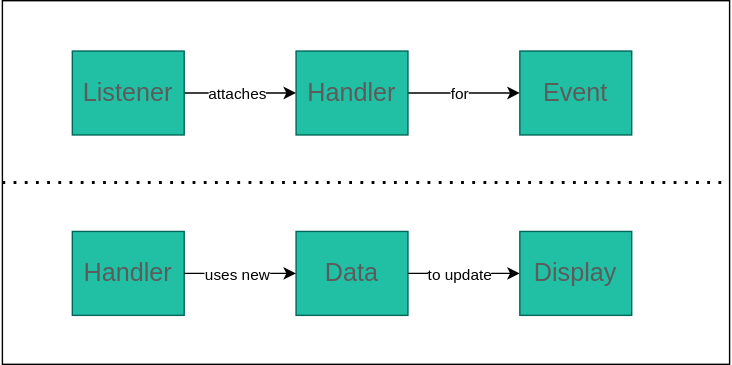
mayowa-aji/SENG-LIVE-112122-Phase-1-JS keeps this draw.io diagram as 03_DOM_Events/assets/event-handling-2.drawio.svg. Above is the earlier version. Source tidied: cells renumbered, new cells last; positions are measured from the earlier drawing's top-left corner, leaving out a move shared by most shapes.
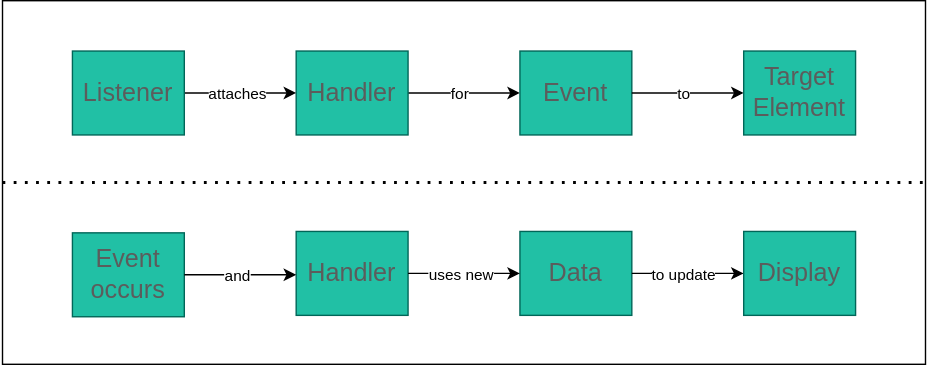
Above is the later version.

Diff of the diagram source:
```diff
@@ -3,7 +3,7 @@
     <mxCell id="0" />
     <mxCell id="1" value="Behind" parent="0" />
     <mxCell id="2" style="rounded=0;whiteSpace=wrap;html=1;sketch=0;fontSize=16;" parent="1" vertex="1">
-      <mxGeometry width="520" height="260" as="geometry" />
+      <mxGeometry width="660" height="260" as="geometry" />
     </mxCell>
     <mxCell id="3" style="edgeStyle=none;html=1;" parent="1" edge="1" source="5" target="6">
       <mxGeometry relative="1" as="geometry" />
@@ -18,7 +18,7 @@
       <mxGeometry x="370" y="36" width="80" height="60" as="geometry" />
     </mxCell>
     <mxCell id="7" value="&lt;span style=&quot;font-size: 18px&quot;&gt;Data&lt;/span&gt;" style="rounded=0;whiteSpace=wrap;html=1;sketch=0;fontColor=#5C5C5C;strokeColor=#006658;fillColor=#21C0A5;" parent="1" vertex="1">
-      <mxGeometry x="210" y="165" width="80" height="60" as="geometry" />
+      <mxGeometry x="370" y="165" width="80" height="60" as="geometry" />
     </mxCell>
     <mxCell id="8" style="edgeStyle=none;html=1;" parent="1" edge="1" source="7" target="10">
       <mxGeometry relative="1" as="geometry" />
@@ -27,11 +27,22 @@
       <mxGeometry x="-0.09" relative="1" as="geometry" />
     </mxCell>
     <mxCell id="10" value="&lt;span style=&quot;font-size: 18px&quot;&gt;Display&lt;/span&gt;" style="rounded=0;whiteSpace=wrap;html=1;sketch=0;fontColor=#5C5C5C;strokeColor=#006658;fillColor=#21C0A5;" parent="1" vertex="1">
-      <mxGeometry x="370" y="165" width="80" height="60" as="geometry" />
+      <mxGeometry x="530" y="165" width="80" height="60" as="geometry" />
     </mxCell>
     <mxCell id="11" style="endArrow=none;dashed=1;html=1;dashPattern=1 3;strokeWidth=2;exitX=0;exitY=0.5;exitDx=0;exitDy=0;entryX=1;entryY=0.5;entryDx=0;entryDy=0;" parent="1" edge="1" source="2" target="2">
       <mxGeometry relative="1" as="geometry" />
     </mxCell>
+    <mxCell id="19" style="edgeStyle=none;html=1;" parent="1" edge="1" target="21">
+      <mxGeometry relative="1" as="geometry">
+        <mxPoint x="450" y="66" as="sourcePoint" />
+      </mxGeometry>
+    </mxCell>
+    <mxCell id="20" value="to" style="edgeLabel;html=1;align=center;verticalAlign=middle;" parent="19" vertex="1">
+      <mxGeometry x="-0.1" relative="1" as="geometry" />
+    </mxCell>
+    <mxCell id="21" value="&lt;span style=&quot;font-size: 18px&quot;&gt;Target&lt;br&gt;Element&lt;br&gt;&lt;/span&gt;" style="rounded=0;whiteSpace=wrap;html=1;sketch=0;fontColor=#5C5C5C;strokeColor=#006658;fillColor=#21C0A5;" parent="1" vertex="1">
+      <mxGeometry x="530" y="36" width="80" height="60" as="geometry" />
+    </mxCell>
     <mxCell id="12" value="Foreground" parent="0" />
     <mxCell id="13" style="edgeStyle=none;html=1;" parent="12" edge="1" source="15" target="5">
       <mxGeometry relative="1" as="geometry" />
@@ -43,7 +54,7 @@
       <mxGeometry x="50" y="36" width="80" height="60" as="geometry" />
     </mxCell>
     <mxCell id="16" value="&lt;span style=&quot;font-size: 18px&quot;&gt;Handler&lt;/span&gt;" style="rounded=0;whiteSpace=wrap;html=1;sketch=0;fontColor=#5C5C5C;strokeColor=#006658;fillColor=#21C0A5;" parent="12" vertex="1">
-      <mxGeometry x="50" y="165" width="80" height="60" as="geometry" />
+      <mxGeometry x="210" y="165" width="80" height="60" as="geometry" />
     </mxCell>
     <mxCell id="17" style="edgeStyle=none;html=1;" parent="12" edge="1" source="16" target="7">
       <mxGeometry relative="1" as="geometry" />
@@ -51,5 +62,16 @@
     <mxCell id="18" value="uses new" style="edgeLabel;html=1;align=center;verticalAlign=middle;" parent="17" vertex="1">
       <mxGeometry x="-0.06" relative="1" as="geometry" />
     </mxCell>
+    <mxCell id="22" value="&lt;span style=&quot;font-size: 18px&quot;&gt;Event&lt;br&gt;occurs&lt;br&gt;&lt;/span&gt;" style="rounded=0;whiteSpace=wrap;html=1;sketch=0;fontColor=#5C5C5C;strokeColor=#006658;fillColor=#21C0A5;" parent="12" vertex="1">
+      <mxGeometry x="50" y="166" width="80" height="60" as="geometry" />
+    </mxCell>
+    <mxCell id="23" style="edgeStyle=none;html=1;" parent="12" edge="1" source="22">
+      <mxGeometry relative="1" as="geometry">
+        <mxPoint x="210" y="196" as="targetPoint" />
+      </mxGeometry>
+    </mxCell>
+    <mxCell id="24" value="and" style="edgeLabel;html=1;align=center;verticalAlign=middle;" parent="23" vertex="1">
+      <mxGeometry x="-0.06" relative="1" as="geometry" />
+    </mxCell>
   </root>
 </mxGraphModel>
```
